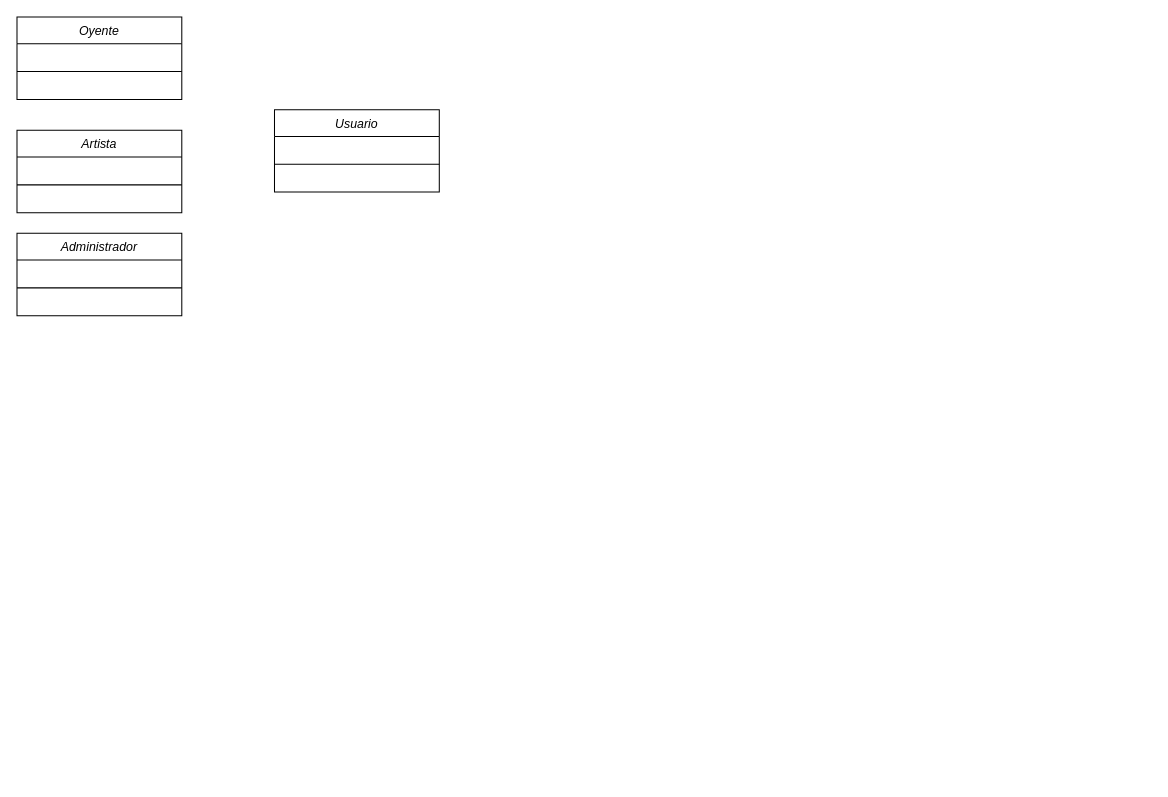
Earlier version of the draw.io diagram Untitled Diagram.drawio (GamalielAbad12/Practica_Git). Source tidied: cells renumbered, new cells numbered last; positions are measured from the earlier drawing's top-left corner, leaving out a move shared by most shapes. Both pictures are drawn from the tidied source at 103%, with x=0, y=0 at pixel (16, 16).
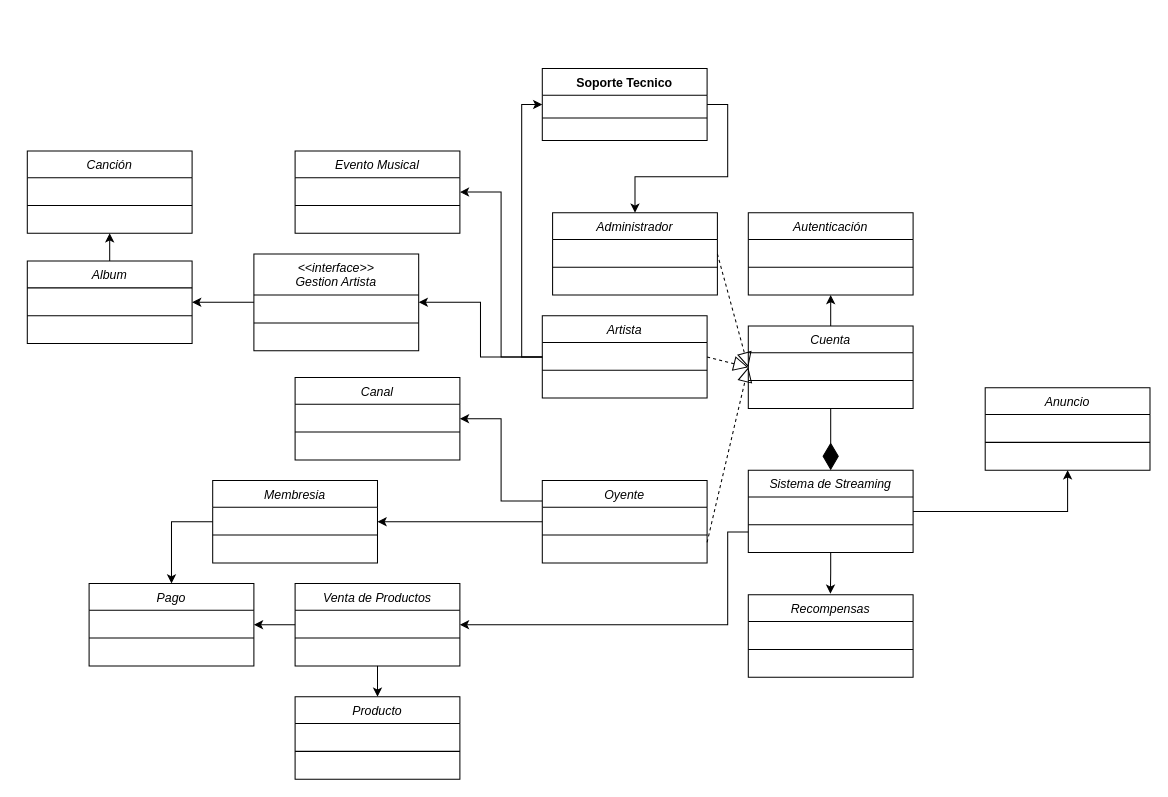
Above is the later version.

Change to the diagram source:
```diff
@@
+    <mxCell id="10" style="edgeStyle=orthogonalEdgeStyle;rounded=0;jettySize=auto;html=1;exitX=0;exitY=0.5;exitDx=0;exitDy=0;entryX=1;entryY=0.5;entryDx=0;entryDy=0;" parent="1" edge="1" source="2" target="35">
+      <mxGeometry relative="1" as="geometry" />
+    </mxCell>
+    <mxCell id="11" style="edgeStyle=orthogonalEdgeStyle;rounded=0;jettySize=auto;html=1;exitX=0;exitY=0.25;exitDx=0;exitDy=0;entryX=1;entryY=0.5;entryDx=0;entryDy=0;" parent="1" edge="1" source="2" target="41">
+      <mxGeometry relative="1" as="geometry" />
+    </mxCell>
     <mxCell id="2" value="Oyente" style="swimlane;fontStyle=2;align=center;verticalAlign=top;horizontal=1;startSize=26;rounded=0;shadow=0;strokeWidth=1;" parent="1" vertex="1">
-      <mxGeometry width="160" height="80" as="geometry" />
+      <mxGeometry x="510" y="450" width="160" height="80" as="geometry" />
     </mxCell>
@@
+    <mxCell id="12" style="edgeStyle=orthogonalEdgeStyle;rounded=0;jettySize=auto;html=1;exitX=0;exitY=0.5;exitDx=0;exitDy=0;entryX=1;entryY=0.5;entryDx=0;entryDy=0;" parent="1" edge="1" source="4" target="32">
+      <mxGeometry relative="1" as="geometry" />
+    </mxCell>
+    <mxCell id="13" style="edgeStyle=orthogonalEdgeStyle;rounded=0;jettySize=auto;html=1;exitX=0;exitY=0.5;exitDx=0;exitDy=0;entryX=1;entryY=0.5;entryDx=0;entryDy=0;" parent="1" edge="1" source="4" target="45">
+      <mxGeometry relative="1" as="geometry" />
+    </mxCell>
+    <mxCell id="14" style="edgeStyle=orthogonalEdgeStyle;rounded=0;jettySize=auto;html=1;exitX=0;exitY=0.5;exitDx=0;exitDy=0;entryX=0;entryY=0.5;entryDx=0;entryDy=0;" parent="1" edge="1" source="4" target="55">
+      <mxGeometry relative="1" as="geometry" />
+    </mxCell>
     <mxCell id="4" value="Artista" style="swimlane;fontStyle=2;align=center;verticalAlign=top;horizontal=1;startSize=26;rounded=0;shadow=0;strokeWidth=1;" parent="1" vertex="1">
-      <mxGeometry y="110" width="160" height="80" as="geometry" />
+      <mxGeometry x="510" y="290" width="160" height="80" as="geometry" />
     </mxCell>
@@
     <mxCell id="6" value="Administrador" style="swimlane;fontStyle=2;align=center;verticalAlign=top;horizontal=1;startSize=26;rounded=0;shadow=0;strokeWidth=1;" parent="1" vertex="1">
-      <mxGeometry y="210" width="160" height="80" as="geometry" />
+      <mxGeometry x="520" y="190" width="160" height="80" as="geometry" />
     </mxCell>
@@
+    <mxCell id="15" style="edgeStyle=orthogonalEdgeStyle;rounded=0;jettySize=auto;html=1;exitX=0.5;exitY=1;exitDx=0;exitDy=0;" parent="1" edge="1" source="8">
+      <mxGeometry relative="1" as="geometry">
+        <mxPoint x="789.7" y="560" as="targetPoint" />
+      </mxGeometry>
+    </mxCell>
+    <mxCell id="16" style="edgeStyle=orthogonalEdgeStyle;rounded=0;jettySize=auto;html=1;exitX=0;exitY=0.75;exitDx=0;exitDy=0;entryX=1;entryY=0.5;entryDx=0;entryDy=0;" parent="1" edge="1" source="8" target="39">
+      <mxGeometry relative="1" as="geometry">
+        <Array as="points">
+          <mxPoint x="690" y="500" />
+          <mxPoint x="690" y="590" />
+        </Array>
+      </mxGeometry>
+    </mxCell>
+    <mxCell id="17" style="edgeStyle=orthogonalEdgeStyle;rounded=0;jettySize=auto;html=1;exitX=1;exitY=0.5;exitDx=0;exitDy=0;entryX=0.5;entryY=1;entryDx=0;entryDy=0;" parent="1" edge="1" source="8" target="50">
+      <mxGeometry relative="1" as="geometry" />
+    </mxCell>
-    <mxCell id="8" value="Usuario" style="swimlane;fontStyle=2;align=center;verticalAlign=top;horizontal=1;startSize=26;rounded=0;shadow=0;strokeWidth=1;" parent="1" vertex="1">
-      <mxGeometry x="250" y="90" width="160" height="80" as="geometry" />
+    <mxCell id="8" value="Sistema de Streaming" style="swimlane;fontStyle=2;align=center;verticalAlign=top;horizontal=1;startSize=26;rounded=0;shadow=0;strokeWidth=1;" parent="1" vertex="1">
+      <mxGeometry x="710" y="440" width="160" height="80" as="geometry" />
     </mxCell>
@@
+    <mxCell id="18" value="Canción" style="swimlane;fontStyle=2;align=center;verticalAlign=top;horizontal=1;startSize=26;rounded=0;shadow=0;strokeWidth=1;" parent="1" vertex="1">
+      <mxGeometry x="10" y="130" width="160" height="80" as="geometry" />
+    </mxCell>
+    <mxCell id="19" style="line;html=1;strokeWidth=1;align=left;verticalAlign=middle;spacingTop=-1;spacingLeft=3;spacingRight=3;labelPosition=right;" parent="18" vertex="1">
+      <mxGeometry y="26" width="160" height="54" as="geometry" />
+    </mxCell>
+    <mxCell id="20" style="edgeStyle=orthogonalEdgeStyle;rounded=0;jettySize=auto;html=1;exitX=0.5;exitY=0;exitDx=0;exitDy=0;entryX=0.5;entryY=1;entryDx=0;entryDy=0;" parent="1" edge="1" source="21" target="18">
+      <mxGeometry relative="1" as="geometry" />
+    </mxCell>
+    <mxCell id="21" value="Album" style="swimlane;fontStyle=2;align=center;verticalAlign=top;horizontal=1;startSize=26;rounded=0;shadow=0;strokeWidth=1;" parent="1" vertex="1">
+      <mxGeometry x="10" y="237" width="160" height="80" as="geometry" />
+    </mxCell>
+    <mxCell id="22" style="line;html=1;strokeWidth=1;align=left;verticalAlign=middle;spacingTop=-1;spacingLeft=3;spacingRight=3;labelPosition=right;" parent="21" vertex="1">
+      <mxGeometry y="26" width="160" height="54" as="geometry" />
+    </mxCell>
+    <mxCell id="23" style="edgeStyle=orthogonalEdgeStyle;rounded=0;jettySize=auto;html=1;exitX=0.5;exitY=0;exitDx=0;exitDy=0;entryX=0.5;entryY=1;entryDx=0;entryDy=0;" parent="1" edge="1" source="24" target="29">
+      <mxGeometry relative="1" as="geometry" />
+    </mxCell>
+    <mxCell id="24" value="Cuenta" style="swimlane;fontStyle=2;align=center;verticalAlign=top;horizontal=1;startSize=26;rounded=0;shadow=0;strokeWidth=1;" parent="1" vertex="1">
+      <mxGeometry x="710" y="300" width="160" height="80" as="geometry" />
+    </mxCell>
+    <mxCell id="25" style="line;html=1;strokeWidth=1;align=left;verticalAlign=middle;spacingTop=-1;spacingLeft=3;spacingRight=3;labelPosition=right;" parent="24" vertex="1">
+      <mxGeometry y="26" width="160" height="54" as="geometry" />
+    </mxCell>
+    <mxCell id="26" style="endArrow=block;dashed=1;endFill=0;endSize=12;html=1;rounded=0;exitX=1;exitY=0.75;exitDx=0;exitDy=0;entryX=0;entryY=0.5;entryDx=0;entryDy=0;" parent="1" edge="1" source="2" target="24">
+      <mxGeometry relative="1" as="geometry" />
+    </mxCell>
+    <mxCell id="27" style="endArrow=block;dashed=1;endFill=0;endSize=12;html=1;rounded=0;exitX=1;exitY=0.5;exitDx=0;exitDy=0;entryX=0;entryY=0.5;entryDx=0;entryDy=0;" parent="1" edge="1" source="6" target="24">
+      <mxGeometry relative="1" as="geometry" />
+    </mxCell>
+    <mxCell id="28" style="endArrow=block;dashed=1;endFill=0;endSize=12;html=1;rounded=0;exitX=1;exitY=0.5;exitDx=0;exitDy=0;entryX=0;entryY=0.5;entryDx=0;entryDy=0;" parent="1" edge="1" source="4" target="24">
+      <mxGeometry relative="1" as="geometry" />
+    </mxCell>
+    <mxCell id="29" value="Autenticación" style="swimlane;fontStyle=2;align=center;verticalAlign=top;horizontal=1;startSize=26;rounded=0;shadow=0;strokeWidth=1;" parent="1" vertex="1">
+      <mxGeometry x="710" y="190" width="160" height="80" as="geometry" />
+    </mxCell>
+    <mxCell id="30" style="line;html=1;strokeWidth=1;align=left;verticalAlign=middle;spacingTop=-1;spacingLeft=3;spacingRight=3;labelPosition=right;" parent="29" vertex="1">
+      <mxGeometry y="26" width="160" height="54" as="geometry" />
+    </mxCell>
+    <mxCell id="31" style="edgeStyle=orthogonalEdgeStyle;rounded=0;jettySize=auto;html=1;exitX=0;exitY=0.5;exitDx=0;exitDy=0;entryX=1;entryY=0.5;entryDx=0;entryDy=0;" parent="1" edge="1" source="32" target="21">
+      <mxGeometry relative="1" as="geometry" />
+    </mxCell>
+    <mxCell id="32" value="&lt;&lt;interface&gt;&gt;&#10;Gestion Artista" style="swimlane;fontStyle=2;align=center;verticalAlign=top;horizontal=1;startSize=40;rounded=0;shadow=0;strokeWidth=1;" parent="1" vertex="1">
+      <mxGeometry x="230" y="230" width="160" height="94" as="geometry" />
+    </mxCell>
+    <mxCell id="33" style="line;html=1;strokeWidth=1;align=left;verticalAlign=middle;spacingTop=-1;spacingLeft=3;spacingRight=3;labelPosition=right;" parent="32" vertex="1">
+      <mxGeometry y="40" width="160" height="54" as="geometry" />
+    </mxCell>
+    <mxCell id="34" style="edgeStyle=orthogonalEdgeStyle;rounded=0;jettySize=auto;html=1;exitX=0;exitY=0.5;exitDx=0;exitDy=0;entryX=0.5;entryY=0;entryDx=0;entryDy=0;" parent="1" edge="1" source="35" target="43">
+      <mxGeometry relative="1" as="geometry" />
+    </mxCell>
+    <mxCell id="35" value="Membresia" style="swimlane;fontStyle=2;align=center;verticalAlign=top;horizontal=1;startSize=26;rounded=0;shadow=0;strokeWidth=1;" parent="1" vertex="1">
+      <mxGeometry x="190" y="450" width="160" height="80" as="geometry" />
+    </mxCell>
+    <mxCell id="36" style="line;html=1;strokeWidth=1;align=left;verticalAlign=middle;spacingTop=-1;spacingLeft=3;spacingRight=3;labelPosition=right;" parent="35" vertex="1">
+      <mxGeometry y="26" width="160" height="54" as="geometry" />
+    </mxCell>
+    <mxCell id="37" style="edgeStyle=orthogonalEdgeStyle;rounded=0;jettySize=auto;html=1;exitX=0;exitY=0.5;exitDx=0;exitDy=0;entryX=1;entryY=0.5;entryDx=0;entryDy=0;" parent="1" edge="1" source="39" target="43">
+      <mxGeometry relative="1" as="geometry" />
+    </mxCell>
+    <mxCell id="38" style="edgeStyle=orthogonalEdgeStyle;rounded=0;jettySize=auto;html=1;exitX=0.5;exitY=1;exitDx=0;exitDy=0;entryX=0.5;entryY=0;entryDx=0;entryDy=0;" parent="1" edge="1" source="39" target="52">
+      <mxGeometry relative="1" as="geometry" />
+    </mxCell>
+    <mxCell id="39" value="Venta de Productos" style="swimlane;fontStyle=2;align=center;verticalAlign=top;horizontal=1;startSize=26;rounded=0;shadow=0;strokeWidth=1;" parent="1" vertex="1">
+      <mxGeometry x="270" y="550" width="160" height="80" as="geometry" />
+    </mxCell>
+    <mxCell id="40" style="line;html=1;strokeWidth=1;align=left;verticalAlign=middle;spacingTop=-1;spacingLeft=3;spacingRight=3;labelPosition=right;" parent="39" vertex="1">
+      <mxGeometry y="26" width="160" height="54" as="geometry" />
+    </mxCell>
+    <mxCell id="41" value="Canal" style="swimlane;fontStyle=2;align=center;verticalAlign=top;horizontal=1;startSize=26;rounded=0;shadow=0;strokeWidth=1;" parent="1" vertex="1">
+      <mxGeometry x="270" y="350" width="160" height="80" as="geometry" />
+    </mxCell>
+    <mxCell id="42" style="line;html=1;strokeWidth=1;align=left;verticalAlign=middle;spacingTop=-1;spacingLeft=3;spacingRight=3;labelPosition=right;" parent="41" vertex="1">
+      <mxGeometry y="26" width="160" height="54" as="geometry" />
+    </mxCell>
+    <mxCell id="43" value="Pago&#10;" style="swimlane;fontStyle=2;align=center;verticalAlign=top;horizontal=1;startSize=26;rounded=0;shadow=0;strokeWidth=1;" parent="1" vertex="1">
+      <mxGeometry x="70" y="550" width="160" height="80" as="geometry" />
+    </mxCell>
+    <mxCell id="44" style="line;html=1;strokeWidth=1;align=left;verticalAlign=middle;spacingTop=-1;spacingLeft=3;spacingRight=3;labelPosition=right;" parent="43" vertex="1">
+      <mxGeometry y="26" width="160" height="54" as="geometry" />
+    </mxCell>
+    <mxCell id="45" value="Evento Musical" style="swimlane;fontStyle=2;align=center;verticalAlign=top;horizontal=1;startSize=26;rounded=0;shadow=0;strokeWidth=1;" parent="1" vertex="1">
+      <mxGeometry x="270" y="130" width="160" height="80" as="geometry" />
+    </mxCell>
+    <mxCell id="46" style="line;html=1;strokeWidth=1;align=left;verticalAlign=middle;spacingTop=-1;spacingLeft=3;spacingRight=3;labelPosition=right;" parent="45" vertex="1">
+      <mxGeometry y="26" width="160" height="54" as="geometry" />
+    </mxCell>
+    <mxCell id="47" value="Recompensas" style="swimlane;fontStyle=2;align=center;verticalAlign=top;horizontal=1;startSize=26;rounded=0;shadow=0;strokeWidth=1;" parent="1" vertex="1">
+      <mxGeometry x="710" y="561" width="160" height="80" as="geometry" />
+    </mxCell>
+    <mxCell id="48" style="line;html=1;strokeWidth=1;align=left;verticalAlign=middle;spacingTop=-1;spacingLeft=3;spacingRight=3;labelPosition=right;" parent="47" vertex="1">
+      <mxGeometry y="26" width="160" height="54" as="geometry" />
+    </mxCell>
+    <mxCell id="49" style="endArrow=diamondThin;endFill=1;endSize=24;html=1;rounded=0;entryX=0.5;entryY=0;entryDx=0;entryDy=0;exitX=0.5;exitY=1;exitDx=0;exitDy=0;" parent="1" edge="1" source="24" target="8">
+      <mxGeometry relative="1" as="geometry" />
+    </mxCell>
+    <mxCell id="50" value="Anuncio" style="swimlane;fontStyle=2;align=center;verticalAlign=top;horizontal=1;startSize=26;rounded=0;shadow=0;strokeWidth=1;" parent="1" vertex="1">
+      <mxGeometry x="940" y="360" width="160" height="80" as="geometry" />
+    </mxCell>
+    <mxCell id="51" style="line;html=1;strokeWidth=1;align=left;verticalAlign=middle;spacingTop=-1;spacingLeft=3;spacingRight=3;labelPosition=right;" parent="50" vertex="1">
+      <mxGeometry y="26" width="160" height="54" as="geometry" />
+    </mxCell>
+    <mxCell id="52" value="Producto&#10;" style="swimlane;fontStyle=2;align=center;verticalAlign=top;horizontal=1;startSize=26;rounded=0;shadow=0;strokeWidth=1;" parent="1" vertex="1">
+      <mxGeometry x="270" y="660" width="160" height="80" as="geometry" />
+    </mxCell>
+    <mxCell id="53" style="line;html=1;strokeWidth=1;align=left;verticalAlign=middle;spacingTop=-1;spacingLeft=3;spacingRight=3;labelPosition=right;" parent="52" vertex="1">
+      <mxGeometry y="26" width="160" height="54" as="geometry" />
+    </mxCell>
+    <mxCell id="54" style="edgeStyle=orthogonalEdgeStyle;rounded=0;jettySize=auto;html=1;exitX=1;exitY=0.5;exitDx=0;exitDy=0;entryX=0.5;entryY=0;entryDx=0;entryDy=0;" parent="1" edge="1" source="55" target="6">
+      <mxGeometry relative="1" as="geometry" />
+    </mxCell>
+    <mxCell id="55" value="Soporte Tecnico" style="swimlane;fontStyle=1;align=center;verticalAlign=top;horizontal=1;startSize=26;whiteSpace=wrap;html=1;" parent="1" vertex="1">
+      <mxGeometry x="510" y="50" width="160" height="70" as="geometry" />
+    </mxCell>
+    <mxCell id="56" style="line;strokeWidth=1;fillColor=none;align=left;verticalAlign=middle;spacingTop=-1;spacingLeft=3;spacingRight=3;labelPosition=right;strokeColor=inherit;" parent="55" vertex="1">
+      <mxGeometry y="26" width="160" height="44" as="geometry" />
+    </mxCell>
```
